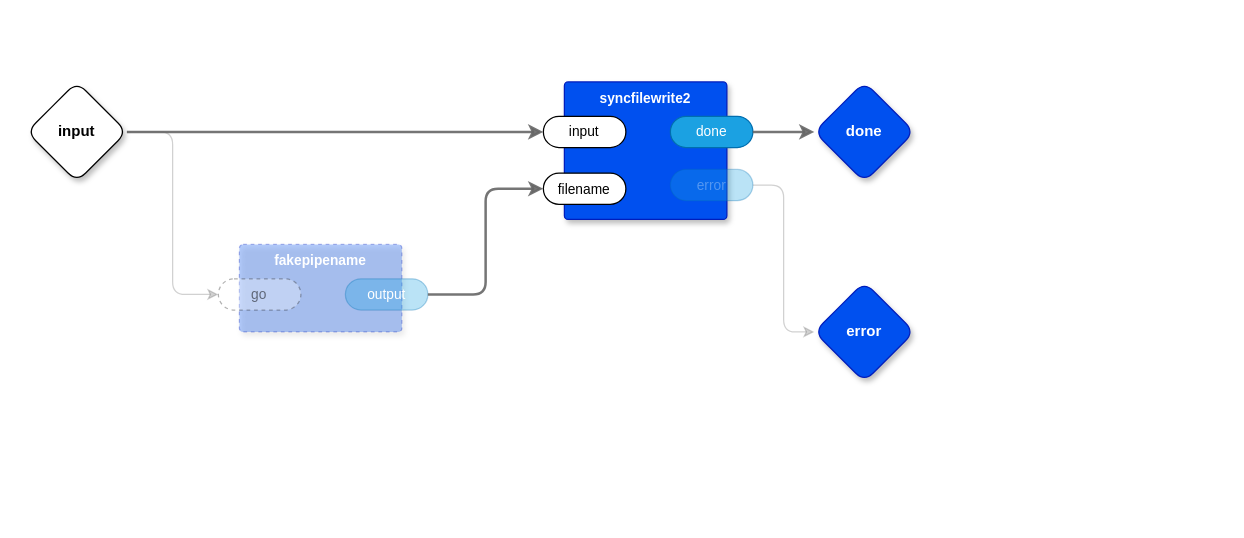
guitarvydas/transpiler keeps this draw.io diagram as page "fakepipe" (7 of 7) of prolog/test.drawio. Above is the earlier version. Source tidied: cells renumbered, new cells numbered last; positions are measured from the earlier drawing's top-left corner, leaving out a move shared by most shapes. Both pictures are drawn from the tidied source at 125%, with x=0, y=0 at pixel (26, 81).
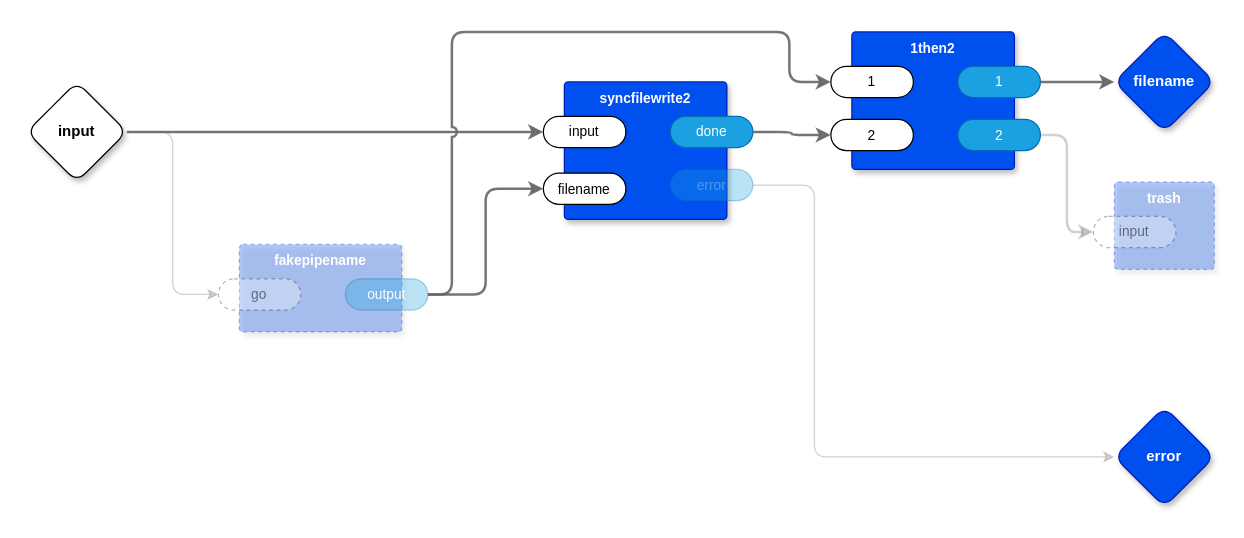
The same diagram, later.

Unchanged cells that the change refers to:
```xml
<mxCell id="4" value="error" style="rounded=1;whiteSpace=wrap;html=1;sketch=0;points=[[0,0.5,0,0,0],[1,0.5,0,0,0]];fillColor=#1ba1e2;fontColor=#ffffff;strokeColor=#006EAF;arcSize=50;fontFamily=Helvetica;fontSize=11;textOpacity=30;opacity=30;" parent="2" vertex="1">
  <mxGeometry x="84.8" y="70" width="66" height="25" as="geometry" />
</mxCell>
<mxCell id="6" value="done" style="rounded=1;whiteSpace=wrap;html=1;sketch=0;points=[[0,0.5,0,0,0],[1,0.5,0,0,0]];fillColor=#1ba1e2;fontColor=#ffffff;strokeColor=#006EAF;arcSize=50;fontFamily=Helvetica;fontSize=11;" parent="2" vertex="1">
  <mxGeometry x="84.8" y="27.5" width="66" height="25" as="geometry" />
</mxCell>
<mxCell id="9" value="output" style="rounded=1;whiteSpace=wrap;html=1;sketch=0;points=[[0,0.5,0,0,0],[1,0.5,0,0,0]];fillColor=#1ba1e2;fontColor=#ffffff;strokeColor=#006EAF;arcSize=50;fontFamily=Helvetica;fontSize=11;opacity=30;" parent="7" vertex="1">
  <mxGeometry x="84.8" y="27.5" width="66" height="25" as="geometry" />
</mxCell>
```

Diff of the diagram source:
```diff
@@
-    <mxCell id="14" value="done" style="rhombus;whiteSpace=wrap;html=1;rounded=1;fillColor=#0050ef;fontColor=#ffffff;strokeColor=#001DBC;fontStyle=1;glass=0;sketch=0;fontSize=12;points=[[0,0.5,0,0,0],[0.5,0,0,0,0],[0.5,1,0,0,0],[1,0.5,0,0,0]];shadow=1;fontFamily=Helvetica;" parent="1" vertex="1">
-      <mxGeometry x="630" width="80" height="80" as="geometry" />
+    <mxCell id="14" value="filename" style="rhombus;whiteSpace=wrap;html=1;rounded=1;fillColor=#0050ef;fontColor=#ffffff;strokeColor=#001DBC;fontStyle=1;glass=0;sketch=0;fontSize=12;points=[[0,0.5,0,0,0],[0.5,0,0,0,0],[0.5,1,0,0,0],[1,0.5,0,0,0]];shadow=1;fontFamily=Helvetica;" parent="1" vertex="1">
+      <mxGeometry x="870" y="-40" width="80" height="80" as="geometry" />
     </mxCell>
     <mxCell id="15" value="error" style="rhombus;whiteSpace=wrap;html=1;rounded=1;fillColor=#0050ef;fontColor=#ffffff;strokeColor=#001DBC;fontStyle=1;glass=0;sketch=0;fontSize=12;points=[[0,0.5,0,0,0],[0.5,0,0,0,0],[0.5,1,0,0,0],[1,0.5,0,0,0]];shadow=1;fontFamily=Helvetica;" parent="1" vertex="1">
-      <mxGeometry x="630" y="160" width="80" height="80" as="geometry" />
+      <mxGeometry x="870" y="260" width="80" height="80" as="geometry" />
     </mxCell>
     <mxCell id="16" style="edgeStyle=orthogonalEdgeStyle;shape=connector;rounded=1;jumpStyle=arc;jettySize=auto;html=1;exitX=1;exitY=0.5;exitDx=0;exitDy=0;exitPerimeter=0;entryX=0;entryY=0.5;entryDx=0;entryDy=0;entryPerimeter=0;labelBackgroundColor=default;strokeColor=#666666;strokeWidth=1;fontFamily=Helvetica;fontSize=11;fontColor=default;endArrow=classic;fillColor=#f5f5f5;opacity=30;" parent="1" edge="1" source="4" target="15">
-      <mxGeometry relative="1" as="geometry" />
+      <mxGeometry relative="1" as="geometry">
+        <Array as="points">
+          <mxPoint x="630" y="83" />
+          <mxPoint x="630" y="300" />
+        </Array>
+      </mxGeometry>
     </mxCell>
-    <mxCell id="17" style="edgeStyle=orthogonalEdgeStyle;shape=connector;rounded=1;jumpStyle=arc;jettySize=auto;html=1;exitX=1;exitY=0.5;exitDx=0;exitDy=0;exitPerimeter=0;entryX=0;entryY=0.5;entryDx=0;entryDy=0;entryPerimeter=0;labelBackgroundColor=default;strokeColor=#666666;strokeWidth=2;fontFamily=Helvetica;fontSize=11;fontColor=default;endArrow=classic;fillColor=#f5f5f5;opacity=90;" parent="1" edge="1" source="6" target="14">
-      <mxGeometry relative="1" as="geometry" />
-    </mxCell>
+    <mxCell id="18" value="1then2" style="rounded=1;whiteSpace=wrap;html=1;sketch=0;verticalAlign=top;arcSize=6;fontStyle=1;absoluteArcSize=1;shadow=1;strokeColor=#001DBC;fillColor=#0050ef;fontColor=#ffffff;fontFamily=Helvetica;fontSize=11;" parent="1" vertex="1">
+      <mxGeometry x="660" y="-40" width="130" height="110" as="geometry" />
+    </mxCell>
+    <mxCell id="19" value="1" style="rounded=1;whiteSpace=wrap;html=1;sketch=0;points=[[0,0.5,0,0,0],[1,0.5,0,0,0]];arcSize=50;fontFamily=Helvetica;fontSize=11;fontColor=default;" parent="18" vertex="1">
+      <mxGeometry x="-16.8" y="27.5" width="66" height="25" as="geometry" />
+    </mxCell>
+    <mxCell id="20" value="1" style="rounded=1;whiteSpace=wrap;html=1;sketch=0;points=[[0,0.5,0,0,0],[1,0.5,0,0,0]];fillColor=#1ba1e2;fontColor=#ffffff;strokeColor=#006EAF;arcSize=50;fontFamily=Helvetica;fontSize=11;" parent="18" vertex="1">
+      <mxGeometry x="84.8" y="27.5" width="66" height="25" as="geometry" />
+    </mxCell>
+    <mxCell id="21" value="2" style="rounded=1;whiteSpace=wrap;html=1;sketch=0;points=[[0,0.5,0,0,0],[1,0.5,0,0,0]];fillColor=#1ba1e2;fontColor=#ffffff;strokeColor=#006EAF;arcSize=50;fontFamily=Helvetica;fontSize=11;" parent="18" vertex="1">
+      <mxGeometry x="84.8" y="70" width="66" height="25" as="geometry" />
+    </mxCell>
+    <mxCell id="22" value="2" style="rounded=1;whiteSpace=wrap;html=1;sketch=0;points=[[0,0.5,0,0,0],[1,0.5,0,0,0]];arcSize=50;fontFamily=Helvetica;fontSize=11;fontColor=default;" parent="18" vertex="1">
+      <mxGeometry x="-16.8" y="70" width="66" height="25" as="geometry" />
+    </mxCell>
+    <mxCell id="23" style="edgeStyle=orthogonalEdgeStyle;shape=connector;rounded=1;jumpStyle=arc;jettySize=auto;html=1;exitX=1;exitY=0.5;exitDx=0;exitDy=0;exitPerimeter=0;entryX=0;entryY=0.5;entryDx=0;entryDy=0;entryPerimeter=0;labelBackgroundColor=default;strokeColor=#666666;strokeWidth=2;fontFamily=Helvetica;fontSize=11;fontColor=default;endArrow=classic;fillColor=#f5f5f5;opacity=90;" parent="1" edge="1" source="6" target="22">
+      <mxGeometry relative="1" as="geometry" />
+    </mxCell>
+    <mxCell id="24" style="edgeStyle=orthogonalEdgeStyle;shape=connector;rounded=1;jumpStyle=arc;jettySize=auto;html=1;exitX=1;exitY=0.5;exitDx=0;exitDy=0;exitPerimeter=0;entryX=0;entryY=0.5;entryDx=0;entryDy=0;entryPerimeter=0;labelBackgroundColor=default;strokeColor=#666666;strokeWidth=2;fontFamily=Helvetica;fontSize=11;fontColor=default;endArrow=classic;fillColor=#f5f5f5;opacity=90;" parent="1" edge="1" source="9" target="19">
+      <mxGeometry relative="1" as="geometry">
+        <Array as="points">
+          <mxPoint x="340" y="170" />
+          <mxPoint x="340" y="-40" />
+          <mxPoint x="610" y="-40" />
+          <mxPoint x="610" />
+        </Array>
+      </mxGeometry>
+    </mxCell>
+    <mxCell id="25" style="edgeStyle=orthogonalEdgeStyle;shape=connector;rounded=1;jumpStyle=arc;jettySize=auto;html=1;exitX=1;exitY=0.5;exitDx=0;exitDy=0;exitPerimeter=0;labelBackgroundColor=default;strokeColor=#666666;strokeWidth=2;fontFamily=Helvetica;fontSize=11;fontColor=default;endArrow=classic;fillColor=#f5f5f5;opacity=90;" parent="1" edge="1" source="20" target="14">
+      <mxGeometry relative="1" as="geometry" />
+    </mxCell>
+    <mxCell id="26" value="trash" style="rounded=1;whiteSpace=wrap;html=1;sketch=0;verticalAlign=top;arcSize=6;fontStyle=1;absoluteArcSize=1;shadow=1;strokeColor=#001DBC;fillColor=#0050ef;fontColor=#ffffff;fontFamily=Helvetica;fontSize=11;dashed=1;opacity=30;" parent="1" vertex="1">
+      <mxGeometry x="870" y="80" width="80" height="70" as="geometry" />
+    </mxCell>
+    <mxCell id="27" value="input" style="rounded=1;whiteSpace=wrap;html=1;sketch=0;points=[[0,0.5,0,0,0],[1,0.5,0,0,0]];arcSize=50;fontFamily=Helvetica;fontSize=11;fontColor=default;dashed=1;textOpacity=50;opacity=30;" parent="26" vertex="1">
+      <mxGeometry x="-16.8" y="27.5" width="66" height="25" as="geometry" />
+    </mxCell>
+    <mxCell id="28" style="edgeStyle=orthogonalEdgeStyle;shape=connector;rounded=1;jumpStyle=arc;jettySize=auto;html=1;exitX=1;exitY=0.5;exitDx=0;exitDy=0;exitPerimeter=0;entryX=0;entryY=0.5;entryDx=0;entryDy=0;entryPerimeter=0;labelBackgroundColor=default;strokeColor=#666666;strokeWidth=2;fontFamily=Helvetica;fontSize=11;fontColor=default;endArrow=classic;fillColor=#f5f5f5;opacity=30;" parent="1" edge="1" source="21" target="27">
+      <mxGeometry relative="1" as="geometry" />
+    </mxCell>
```
